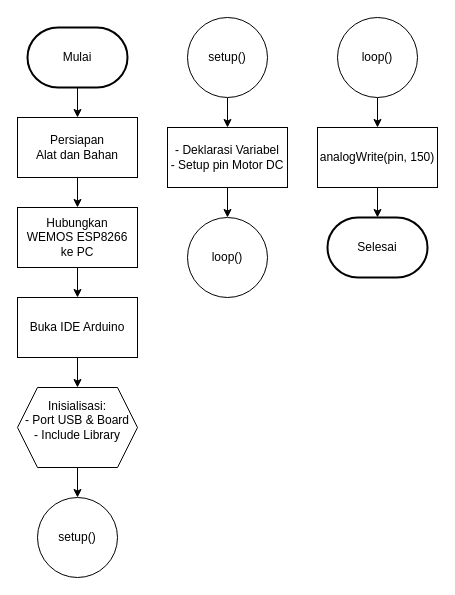
Before: Sistem Kendali Kecepatan Motor DC Menggunakan PWM.drawio in fhmiibrhimdev/diagrams, a draw.io diagram. Source tidied: cells renumbered, new cells numbered last; positions are measured from the earlier drawing's top-left corner, leaving out a move shared by most shapes. Both pictures are drawn from the tidied source at 100%, with x=0, y=0 at pixel (17, 17).
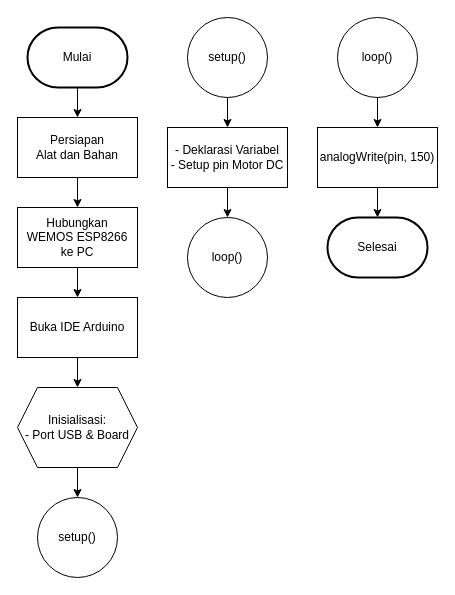
Above is the later version.

Change to the diagram source:
```diff
@@
-    <mxCell id="11" value="Inisialisasi:&lt;div&gt;- Port USB &amp;amp; Board&lt;br&gt;- Include Library&lt;br&gt;&lt;br&gt;&lt;/div&gt;" style="shape=hexagon;perimeter=hexagonPerimeter2;whiteSpace=wrap;html=1;fixedSize=1;" parent="1" vertex="1">
+    <mxCell id="11" value="Inisialisasi:&lt;div&gt;- Port USB &amp;amp; Board&lt;br&gt;&lt;/div&gt;" style="shape=hexagon;perimeter=hexagonPerimeter2;whiteSpace=wrap;html=1;fixedSize=1;" parent="1" vertex="1">
       <mxGeometry y="370" width="120" height="80" as="geometry" />
     </mxCell>
```
